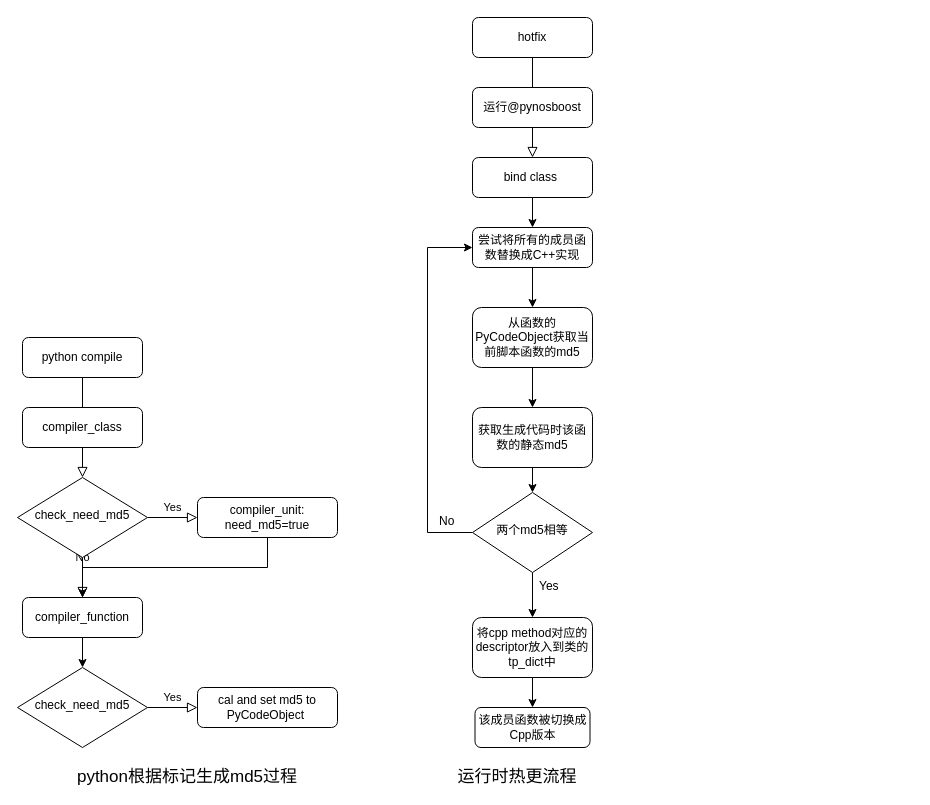
Earlier version of the draw.io diagram Untitled Diagram.drawio (13570248114/draw). Source tidied: cells renumbered, new cells numbered last; positions are measured from the earlier drawing's top-left corner, leaving out a move shared by most shapes. Both pictures are drawn from the tidied source at 100%, with x=0, y=0 at pixel (17, 17).
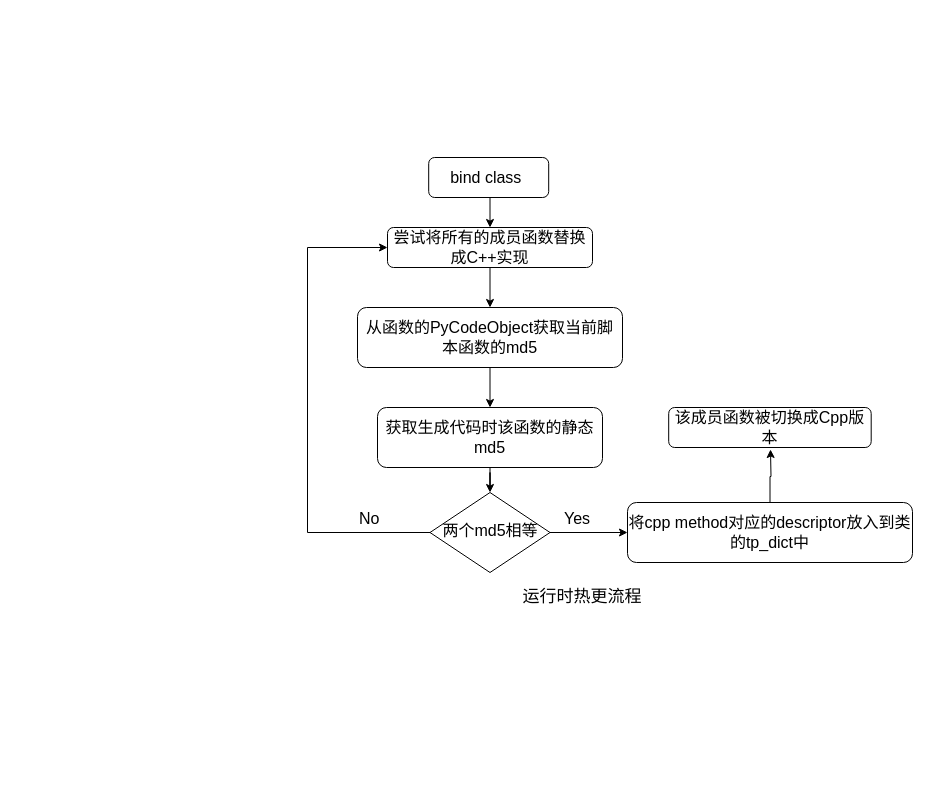
The same page after the edit.

Change to the diagram source:
```diff
@@
-    <mxCell id="2" style="rounded=0;html=1;jettySize=auto;fontSize=11;endArrow=block;endFill=0;endSize=8;strokeWidth=1;shadow=0;labelBackgroundColor=none;edgeStyle=orthogonalEdgeStyle;" parent="1" edge="1" source="3" target="6">
-      <mxGeometry relative="1" as="geometry" />
-    </mxCell>
-    <mxCell id="3" value="python compile" style="rounded=1;whiteSpace=wrap;html=1;fontSize=12;glass=0;strokeWidth=1;shadow=0;" parent="1" vertex="1">
-      <mxGeometry x="5" y="320" width="120" height="40" as="geometry" />
-    </mxCell>
-    <mxCell id="4" value="No" style="rounded=0;html=1;jettySize=auto;fontSize=11;endArrow=block;endFill=0;endSize=8;strokeWidth=1;shadow=0;labelBackgroundColor=none;edgeStyle=orthogonalEdgeStyle;" parent="1" edge="1" source="6">
-      <mxGeometry y="20" relative="1" as="geometry">
-        <mxPoint x="65" y="580" as="targetPoint" />
-      </mxGeometry>
-    </mxCell>
-    <mxCell id="5" value="Yes" style="edgeStyle=orthogonalEdgeStyle;rounded=0;html=1;jettySize=auto;fontSize=11;endArrow=block;endFill=0;endSize=8;strokeWidth=1;shadow=0;labelBackgroundColor=none;" parent="1" edge="1" source="6" target="8">
-      <mxGeometry y="10" relative="1" as="geometry" />
-    </mxCell>
-    <mxCell id="6" value="check_need_md5" style="rhombus;whiteSpace=wrap;html=1;shadow=0;fontFamily=Helvetica;fontSize=12;align=center;strokeWidth=1;spacing=6;spacingTop=-4;" parent="1" vertex="1">
-      <mxGeometry y="460" width="130" height="80" as="geometry" />
-    </mxCell>
-    <mxCell id="7" style="edgeStyle=orthogonalEdgeStyle;rounded=0;jettySize=auto;html=1;entryX=0.5;entryY=0;entryDx=0;entryDy=0;" parent="1" edge="1" source="8">
-      <mxGeometry relative="1" as="geometry">
-        <mxPoint x="65" y="580" as="targetPoint" />
-        <Array as="points">
-          <mxPoint x="250" y="550" />
-          <mxPoint x="65" y="550" />
-        </Array>
-      </mxGeometry>
-    </mxCell>
-    <mxCell id="8" value="compiler_unit:&lt;br&gt;need_md5=true" style="rounded=1;whiteSpace=wrap;html=1;fontSize=12;glass=0;strokeWidth=1;shadow=0;" parent="1" vertex="1">
-      <mxGeometry x="180" y="480" width="140" height="40" as="geometry" />
-    </mxCell>
-    <mxCell id="9" value="compiler_class" style="rounded=1;whiteSpace=wrap;html=1;fontSize=12;glass=0;strokeWidth=1;shadow=0;" parent="1" vertex="1">
-      <mxGeometry x="5" y="390" width="120" height="40" as="geometry" />
-    </mxCell>
-    <mxCell id="10" value="Yes" style="edgeStyle=orthogonalEdgeStyle;rounded=0;html=1;jettySize=auto;fontSize=11;endArrow=block;endFill=0;endSize=8;strokeWidth=1;shadow=0;labelBackgroundColor=none;" parent="1" edge="1" source="11" target="12">
-      <mxGeometry y="10" relative="1" as="geometry" />
-    </mxCell>
-    <mxCell id="11" value="check_need_md5" style="rhombus;whiteSpace=wrap;html=1;shadow=0;fontFamily=Helvetica;fontSize=12;align=center;strokeWidth=1;spacing=6;spacingTop=-4;" parent="1" vertex="1">
-      <mxGeometry y="650" width="130" height="80" as="geometry" />
-    </mxCell>
-    <mxCell id="12" value="cal and set md5 to PyCodeObject&amp;nbsp;" style="rounded=1;whiteSpace=wrap;html=1;fontSize=12;glass=0;strokeWidth=1;shadow=0;" parent="1" vertex="1">
-      <mxGeometry x="180" y="670" width="140" height="40" as="geometry" />
-    </mxCell>
-    <mxCell id="13" style="edgeStyle=orthogonalEdgeStyle;rounded=0;jettySize=auto;html=1;" parent="1" edge="1" source="14" target="11">
-      <mxGeometry relative="1" as="geometry" />
-    </mxCell>
-    <mxCell id="14" value="compiler_function" style="rounded=1;whiteSpace=wrap;html=1;fontSize=12;glass=0;strokeWidth=1;shadow=0;" parent="1" vertex="1">
-      <mxGeometry x="5" y="580" width="120" height="40" as="geometry" />
-    </mxCell>
-    <mxCell id="15" style="rounded=0;html=1;jettySize=auto;fontSize=11;endArrow=block;endFill=0;endSize=8;strokeWidth=1;shadow=0;labelBackgroundColor=none;edgeStyle=orthogonalEdgeStyle;" parent="1" edge="1" source="16">
-      <mxGeometry relative="1" as="geometry">
-        <mxPoint x="515" y="140" as="targetPoint" />
-      </mxGeometry>
-    </mxCell>
-    <mxCell id="16" value="hotfix" style="rounded=1;whiteSpace=wrap;html=1;fontSize=12;glass=0;strokeWidth=1;shadow=0;" parent="1" vertex="1">
-      <mxGeometry x="455" width="120" height="40" as="geometry" />
-    </mxCell>
-    <mxCell id="17" value="运行@pynosboost" style="rounded=1;whiteSpace=wrap;html=1;fontSize=12;glass=0;strokeWidth=1;shadow=0;" parent="1" vertex="1">
-      <mxGeometry x="455" y="70" width="120" height="40" as="geometry" />
-    </mxCell>
@@
-    <mxCell id="19" value="bind class&amp;nbsp;" style="rounded=1;whiteSpace=wrap;html=1;fontSize=12;glass=0;strokeWidth=1;shadow=0;" parent="1" vertex="1">
-      <mxGeometry x="455" y="140" width="120" height="40" as="geometry" />
+    <mxCell id="19" value="&lt;font style=&quot;font-size: 16px&quot;&gt;bind class&amp;nbsp;&lt;/font&gt;" style="rounded=1;whiteSpace=wrap;html=1;fontSize=12;glass=0;strokeWidth=1;shadow=0;" parent="1" vertex="1">
+      <mxGeometry x="411.2" y="140" width="120" height="40" as="geometry" />
     </mxCell>
@@
-    <mxCell id="21" value="尝试将所有的成员函数替换成C++实现" style="rounded=1;whiteSpace=wrap;html=1;fontSize=12;glass=0;strokeWidth=1;shadow=0;" parent="1" vertex="1">
-      <mxGeometry x="455" y="210" width="120" height="40" as="geometry" />
+    <mxCell id="21" value="&lt;font style=&quot;font-size: 16px&quot;&gt;尝试将所有的成员函数替换成C++实现&lt;/font&gt;" style="rounded=1;whiteSpace=wrap;html=1;fontSize=12;glass=0;strokeWidth=1;shadow=0;" parent="1" vertex="1">
+      <mxGeometry x="370" y="210" width="205" height="40" as="geometry" />
     </mxCell>
@@
-    <mxCell id="23" value="从函数的PyCodeObject获取当前脚本函数的md5" style="whiteSpace=wrap;html=1;rounded=1;shadow=0;strokeWidth=1;glass=0;" parent="1" vertex="1">
-      <mxGeometry x="455" y="290" width="120" height="60" as="geometry" />
+    <mxCell id="23" value="&lt;font style=&quot;font-size: 16px&quot;&gt;从函数的PyCodeObject获取当前脚本函数的md5&lt;/font&gt;" style="whiteSpace=wrap;html=1;rounded=1;shadow=0;strokeWidth=1;glass=0;" parent="1" vertex="1">
+      <mxGeometry x="340" y="290" width="265" height="60" as="geometry" />
     </mxCell>
@@
-    <mxCell id="25" value="获取生成代码时该函数的静态md5" style="whiteSpace=wrap;html=1;rounded=1;shadow=0;strokeWidth=1;glass=0;" parent="1" vertex="1">
-      <mxGeometry x="455" y="390" width="120" height="60" as="geometry" />
+    <mxCell id="25" value="&lt;font style=&quot;font-size: 16px&quot;&gt;获取生成代码时该函数的静态md5&lt;/font&gt;" style="whiteSpace=wrap;html=1;rounded=1;shadow=0;strokeWidth=1;glass=0;" parent="1" vertex="1">
+      <mxGeometry x="360" y="390" width="225" height="60" as="geometry" />
     </mxCell>
     <mxCell id="26" style="edgeStyle=orthogonalEdgeStyle;rounded=0;jettySize=auto;html=1;entryX=0;entryY=0.5;entryDx=0;entryDy=0;exitX=0;exitY=0.5;exitDx=0;exitDy=0;" parent="1" edge="1" source="28" target="21">
       <mxGeometry relative="1" as="geometry">
         <Array as="points">
-          <mxPoint x="410" y="515" />
-          <mxPoint x="410" y="230" />
+          <mxPoint x="290" y="515" />
+          <mxPoint x="290" y="230" />
         </Array>
       </mxGeometry>
     </mxCell>
-    <mxCell id="27" style="edgeStyle=orthogonalEdgeStyle;rounded=0;jettySize=auto;html=1;" parent="1" edge="1" source="28">
-      <mxGeometry relative="1" as="geometry">
-        <mxPoint x="515" y="600" as="targetPoint" />
-      </mxGeometry>
-    </mxCell>
+    <mxCell id="36" style="edgeStyle=orthogonalEdgeStyle;rounded=0;jettySize=auto;html=1;exitX=1;exitY=0.5;exitDx=0;exitDy=0;" parent="1" edge="1" source="28" target="32">
+      <mxGeometry relative="1" as="geometry" />
+    </mxCell>
-    <mxCell id="28" value="两个md5相等" style="rhombus;whiteSpace=wrap;html=1;shadow=0;fontFamily=Helvetica;fontSize=12;align=center;strokeWidth=1;spacing=6;spacingTop=-4;" parent="1" vertex="1">
-      <mxGeometry x="455" y="475" width="120" height="80" as="geometry" />
+    <mxCell id="28" value="&lt;font style=&quot;font-size: 16px&quot;&gt;两个md5相等&lt;/font&gt;" style="rhombus;whiteSpace=wrap;html=1;shadow=0;fontFamily=Helvetica;fontSize=12;align=center;strokeWidth=1;spacing=6;spacingTop=-4;" parent="1" vertex="1">
+      <mxGeometry x="412.5" y="475" width="120" height="80" as="geometry" />
     </mxCell>
-    <mxCell id="29" value="No" style="text;whiteSpace=wrap;html=1;" parent="1" vertex="1">
-      <mxGeometry x="420" y="490" width="40" height="30" as="geometry" />
+    <mxCell id="29" value="&lt;font style=&quot;font-size: 16px&quot;&gt;No&lt;/font&gt;" style="text;whiteSpace=wrap;html=1;" parent="1" vertex="1">
+      <mxGeometry x="340" y="485" width="40" height="30" as="geometry" />
     </mxCell>
-    <mxCell id="30" value="Yes" style="text;whiteSpace=wrap;html=1;" parent="1" vertex="1">
-      <mxGeometry x="520" y="555" width="40" height="30" as="geometry" />
+    <mxCell id="30" value="&lt;font style=&quot;font-size: 16px&quot;&gt;Yes&lt;/font&gt;" style="text;whiteSpace=wrap;html=1;" parent="1" vertex="1">
+      <mxGeometry x="545" y="485" width="40" height="30" as="geometry" />
     </mxCell>
-    <mxCell id="31" style="edgeStyle=orthogonalEdgeStyle;rounded=0;jettySize=auto;html=1;" parent="1" edge="1" source="32" target="33">
-      <mxGeometry relative="1" as="geometry" />
-    </mxCell>
+    <mxCell id="37" style="edgeStyle=orthogonalEdgeStyle;rounded=0;jettySize=auto;html=1;" parent="1" edge="1" source="32">
+      <mxGeometry relative="1" as="geometry">
+        <mxPoint x="753" y="432" as="targetPoint" />
+      </mxGeometry>
+    </mxCell>
-    <mxCell id="32" value="将cpp method对应的descriptor放入到类的tp_dict中" style="whiteSpace=wrap;html=1;rounded=1;shadow=0;strokeWidth=1;glass=0;" parent="1" vertex="1">
-      <mxGeometry x="455" y="600" width="120" height="60" as="geometry" />
+    <mxCell id="32" value="&lt;font style=&quot;font-size: 16px&quot;&gt;将cpp method对应的descriptor放入到类的tp_dict中&lt;/font&gt;" style="whiteSpace=wrap;html=1;rounded=1;shadow=0;strokeWidth=1;glass=0;" parent="1" vertex="1">
+      <mxGeometry x="610" y="485" width="285" height="60" as="geometry" />
     </mxCell>
-    <mxCell id="33" value="该成员函数被切换成Cpp版本" style="whiteSpace=wrap;html=1;rounded=1;shadow=0;strokeWidth=1;glass=0;" parent="1" vertex="1">
-      <mxGeometry x="457.5" y="690" width="115" height="40" as="geometry" />
+    <mxCell id="33" value="&lt;font style=&quot;font-size: 16px&quot;&gt;该成员函数被切换成Cpp版本&lt;/font&gt;" style="whiteSpace=wrap;html=1;rounded=1;shadow=0;strokeWidth=1;glass=0;" parent="1" vertex="1">
+      <mxGeometry x="651.2" y="390" width="202.5" height="40" as="geometry" />
     </mxCell>
-    <mxCell id="34" value="&lt;font style=&quot;font-size: 17px&quot;&gt;python根据标记生成md5过程&lt;/font&gt;" style="text;html=1;strokeColor=none;fillColor=none;align=center;verticalAlign=middle;whiteSpace=wrap;rounded=0;" parent="1" vertex="1">
-      <mxGeometry x="50" y="750" width="240" height="20" as="geometry" />
-    </mxCell>
     <mxCell id="35" value="&lt;font style=&quot;font-size: 17px&quot;&gt;运行时热更流程&lt;/font&gt;" style="text;html=1;strokeColor=none;fillColor=none;align=center;verticalAlign=middle;whiteSpace=wrap;rounded=0;" parent="1" vertex="1">
-      <mxGeometry x="380" y="750" width="240" height="20" as="geometry" />
+      <mxGeometry x="445" y="570" width="240" height="20" as="geometry" />
     </mxCell>
```
